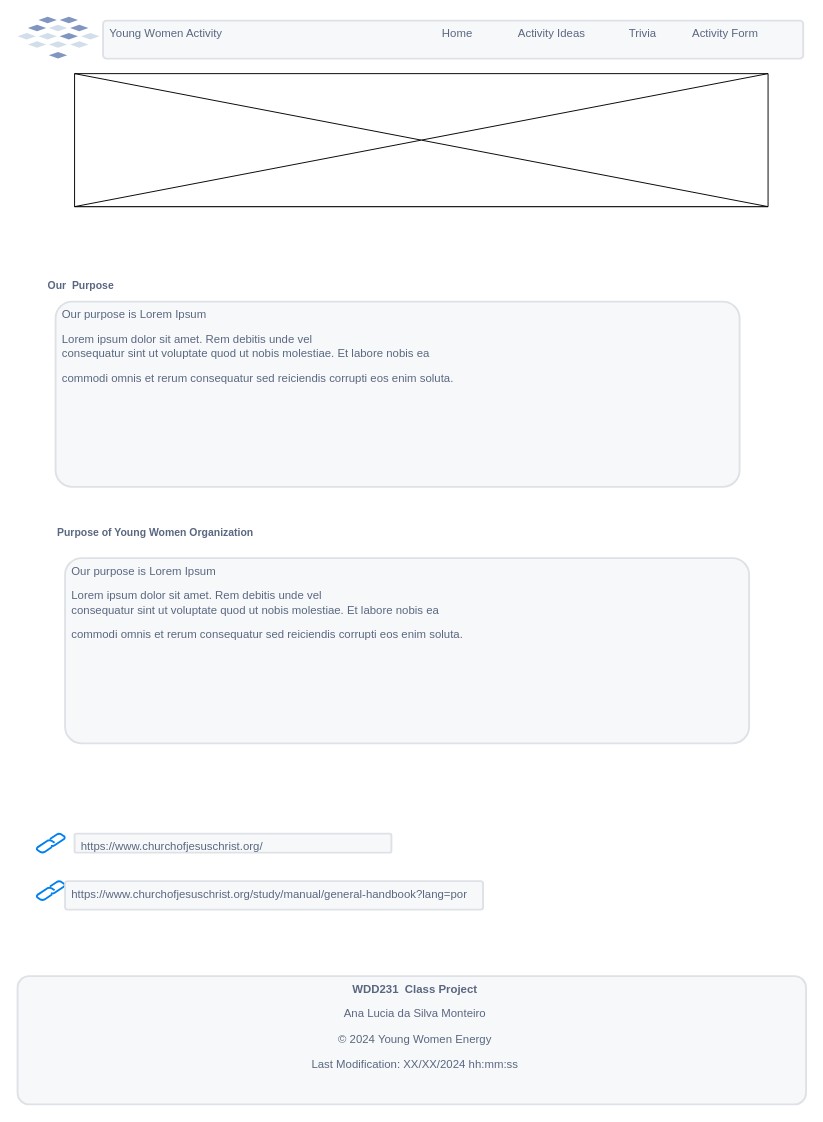
Earlier version of the draw.io diagram project/images/Diagrama sem nome.drawio (anasabinomonteiro/wdd231). Source tidied: cells renumbered, new cells numbered last; positions are measured from the earlier drawing's top-left corner, leaving out a move shared by most shapes. Both pictures are drawn from the tidied source at 95%, with x=0, y=0 at pixel (17, 16).
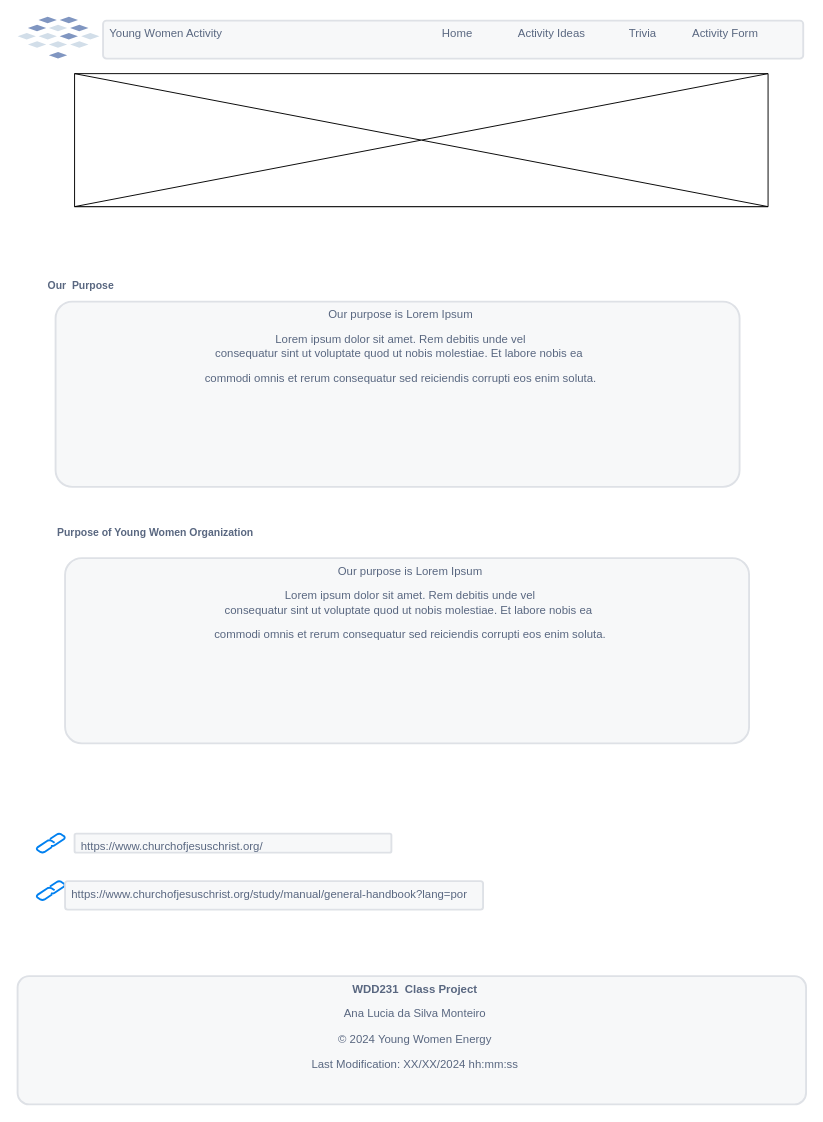
The same page after the edit.

Change to the diagram source:
```diff
@@
 <mxGraphModel>
   <root>
     <mxCell id="0" />
     <mxCell id="1" parent="0" />
     <mxCell id="2" value="Young Women Activity&amp;nbsp; &amp;nbsp;&amp;nbsp;&lt;span style=&quot;white-space: pre;&quot;&gt;&#9;&lt;/span&gt;&lt;span style=&quot;white-space: pre;&quot;&gt;&#9;&lt;/span&gt;&lt;span style=&quot;white-space: pre;&quot;&gt;&#9;&lt;/span&gt;&lt;span style=&quot;white-space: pre;&quot;&gt;&#9;&lt;/span&gt;&lt;span style=&quot;white-space: pre;&quot;&gt;&#9;&lt;/span&gt;&lt;span style=&quot;white-space: pre;&quot;&gt;&#9;&lt;span style=&quot;white-space: pre;&quot;&gt;&#9;&lt;/span&gt;&lt;span style=&quot;white-space: pre;&quot;&gt;&#9;&lt;/span&gt;&lt;/span&gt;&amp;nbsp;Home&amp;nbsp; &lt;span style=&quot;white-space: pre;&quot;&gt;&#9;&lt;/span&gt;&lt;span style=&quot;white-space: pre;&quot;&gt;&#9;&lt;/span&gt;&amp;nbsp;Activity Ideas&amp;nbsp;&lt;span style=&quot;white-space: pre;&quot;&gt;&#9;&lt;/span&gt;&lt;span style=&quot;white-space: pre;&quot;&gt;&#9;&lt;/span&gt; &amp;nbsp; &amp;nbsp;Trivia &lt;span style=&quot;white-space: pre;&quot;&gt;&#9;&lt;/span&gt;&lt;span style=&quot;white-space: pre;&quot;&gt;&#9;&lt;/span&gt;Activity&amp;nbsp;Form" style="rounded=1;arcSize=9;fillColor=#F7F8F9;align=left;spacingLeft=5;strokeColor=#DEE1E6;html=1;strokeWidth=2;fontColor=#596780;fontSize=12;verticalAlign=top;fontFamily=Helvetica;" parent="1" vertex="1">
       <mxGeometry x="90" y="4.2" width="737" height="40" as="geometry" />
     </mxCell>
     <mxCell id="3" style="dashed=0;html=1;align=center;labelPosition=center;verticalLabelPosition=bottom;verticalAlign=top;shape=mxgraph.weblogos.hatena;strokeColor=default;fontFamily=Helvetica;fontSize=12;fontColor=default;fillColor=default;" parent="1" vertex="1">
       <mxGeometry width="86.2" height="44.2" as="geometry" />
     </mxCell>
     <mxCell id="4" value="Our&amp;nbsp; Purpose" style="fillColor=none;strokeColor=none;html=1;fontSize=11;fontStyle=0;align=left;fontColor=#596780;fontStyle=1;fontSize=11;verticalAlign=top;fontFamily=Helvetica;" parent="1" vertex="1">
       <mxGeometry x="30" y="270" width="380" height="40" as="geometry" />
     </mxCell>
-    <mxCell id="5" value="Our purpose is Lorem Ipsum&lt;div&gt;&lt;p class=&quot;MsoNormal&quot;&gt;Lorem ipsum dolor sit amet. Rem debitis unde vel&lt;br&gt;consequatur sint ut voluptate quod ut nobis molestiae. Et labore nobis ea&amp;nbsp;&lt;/p&gt;&lt;p class=&quot;MsoNormal&quot;&gt;commodi omnis et rerum consequatur sed reiciendis corrupti eos enim soluta.&lt;/p&gt;&lt;/div&gt;" style="rounded=1;arcSize=9;fillColor=#F7F8F9;align=left;spacingLeft=5;strokeColor=#DEE1E6;html=1;strokeWidth=2;fontColor=#596780;fontSize=12;verticalAlign=top;fontFamily=Helvetica;" parent="1" vertex="1">
+    <mxCell id="5" value="Our purpose is Lorem Ipsum&lt;div&gt;&lt;p class=&quot;MsoNormal&quot;&gt;Lorem ipsum dolor sit amet. Rem debitis unde vel&lt;br&gt;consequatur sint ut voluptate quod ut nobis molestiae. Et labore nobis ea&amp;nbsp;&lt;/p&gt;&lt;p class=&quot;MsoNormal&quot;&gt;commodi omnis et rerum consequatur sed reiciendis corrupti eos enim soluta.&lt;/p&gt;&lt;/div&gt;" style="rounded=1;arcSize=9;fillColor=#F7F8F9;align=center;spacingLeft=5;strokeColor=#DEE1E6;html=1;strokeWidth=2;fontColor=#596780;fontSize=12;verticalAlign=top;fontFamily=Helvetica;" parent="1" vertex="1">
       <mxGeometry x="40" y="300" width="720" height="195" as="geometry" />
     </mxCell>
     <mxCell id="6" style="html=1;verticalLabelPosition=bottom;align=center;labelBackgroundColor=#ffffff;verticalAlign=top;strokeWidth=2;strokeColor=#0080F0;shadow=0;dashed=0;shape=mxgraph.ios7.icons.link;fontFamily=Helvetica;fontSize=12;fontColor=default;fillColor=default;" parent="1" vertex="1">
       <mxGeometry x="20" y="910" width="30" height="20" as="geometry" />
     </mxCell>
     <mxCell id="7" style="shape=message;html=1;html=1;labelPosition=center;verticalLabelPosition=bottom;align=center;verticalAlign=top;" parent="1" vertex="1">
       <mxGeometry x="60" y="60" width="730" height="140" as="geometry" />
     </mxCell>
     <mxCell id="8" style="verticalLabelPosition=bottom;verticalAlign=top;html=1;shape=mxgraph.basic.acute_triangle;dx=0.5;" parent="1" vertex="1">
       <mxGeometry x="60" y="130" width="730" height="70" as="geometry" />
     </mxCell>
     <mxCell id="9" value="Purpose of Young Women Organization" style="fillColor=none;strokeColor=none;html=1;fontSize=11;fontStyle=0;align=left;fontColor=#596780;fontStyle=1;fontSize=11;verticalAlign=top;fontFamily=Helvetica;" parent="1" vertex="1">
       <mxGeometry x="40" y="530" width="380" height="40" as="geometry" />
     </mxCell>
-    <mxCell id="10" value="Our purpose is Lorem Ipsum&lt;div&gt;&lt;p class=&quot;MsoNormal&quot;&gt;Lorem ipsum dolor sit amet. Rem debitis unde vel&lt;br&gt;consequatur sint ut voluptate quod ut nobis molestiae. Et labore nobis ea&amp;nbsp;&lt;/p&gt;&lt;p class=&quot;MsoNormal&quot;&gt;commodi omnis et rerum consequatur sed reiciendis corrupti eos enim soluta.&lt;/p&gt;&lt;/div&gt;" style="rounded=1;arcSize=9;fillColor=#F7F8F9;align=left;spacingLeft=5;strokeColor=#DEE1E6;html=1;strokeWidth=2;fontColor=#596780;fontSize=12;verticalAlign=top;fontFamily=Helvetica;" parent="1" vertex="1">
+    <mxCell id="10" value="Our purpose is Lorem Ipsum&lt;div&gt;&lt;p class=&quot;MsoNormal&quot;&gt;Lorem ipsum dolor sit amet. Rem debitis unde vel&lt;br&gt;consequatur sint ut voluptate quod ut nobis molestiae. Et labore nobis ea&amp;nbsp;&lt;/p&gt;&lt;p class=&quot;MsoNormal&quot;&gt;commodi omnis et rerum consequatur sed reiciendis corrupti eos enim soluta.&lt;/p&gt;&lt;/div&gt;" style="rounded=1;arcSize=9;fillColor=#F7F8F9;align=center;spacingLeft=5;strokeColor=#DEE1E6;html=1;strokeWidth=2;fontColor=#596780;fontSize=12;verticalAlign=top;fontFamily=Helvetica;" parent="1" vertex="1">
       <mxGeometry x="50" y="570" width="720" height="195" as="geometry" />
     </mxCell>
     <mxCell id="11" style="html=1;verticalLabelPosition=bottom;align=center;labelBackgroundColor=#ffffff;verticalAlign=top;strokeWidth=2;strokeColor=#0080F0;shadow=0;dashed=0;shape=mxgraph.ios7.icons.link;fontFamily=Helvetica;fontSize=12;fontColor=default;fillColor=default;" parent="1" vertex="1">
       <mxGeometry x="20" y="860" width="30" height="20" as="geometry" />
     </mxCell>
     <mxCell id="12" value="https://www.churchofjesuschrist.org/" style="rounded=1;arcSize=9;fillColor=#F7F8F9;align=left;spacingLeft=5;strokeColor=#DEE1E6;html=1;strokeWidth=2;fontColor=#596780;fontSize=12;verticalAlign=top;fontFamily=Helvetica;" parent="1" vertex="1">
       <mxGeometry x="60" y="860" width="333.5" height="20" as="geometry" />
     </mxCell>
     <mxCell id="13" value="https://www.churchofjesuschrist.org/study/manual/general-handbook?lang=por" style="rounded=1;arcSize=9;fillColor=#F7F8F9;align=left;spacingLeft=5;strokeColor=#DEE1E6;html=1;strokeWidth=2;fontColor=#596780;fontSize=12;verticalAlign=top;fontFamily=Helvetica;" parent="1" vertex="1">
       <mxGeometry x="50" y="910" width="440" height="30" as="geometry" />
     </mxCell>
     <mxCell id="14" value="&lt;b style=&quot;background-color: initial;&quot;&gt;&lt;span lang=&quot;PT-BR&quot;&gt;WDD231&amp;nbsp; Class Project&lt;/span&gt;&lt;/b&gt;&lt;div&gt;&lt;p class=&quot;MsoNormal&quot;&gt;&lt;span lang=&quot;PT-BR&quot;&gt;Ana Lucia da Silva Monteiro&lt;/span&gt;&lt;/p&gt;&lt;p class=&quot;MsoNormal&quot;&gt;&lt;span style=&quot;background-color: initial;&quot;&gt;©&amp;nbsp;2024 Young Women&amp;nbsp;&lt;/span&gt;&lt;span style=&quot;background-color: initial;&quot;&gt;Energy&lt;/span&gt;&lt;/p&gt;&lt;p class=&quot;MsoNormal&quot;&gt;&lt;span style=&quot;background-color: initial;&quot;&gt;Last Modification: XX/XX/2024 hh:mm:ss&lt;/span&gt;&lt;/p&gt;&lt;/div&gt;" style="rounded=1;arcSize=9;fillColor=#F7F8F9;align=center;spacingLeft=5;strokeColor=#DEE1E6;html=1;strokeWidth=2;fontColor=#596780;fontSize=12;verticalAlign=top;fontFamily=Helvetica;" parent="1" vertex="1">
       <mxGeometry y="1010" width="830" height="135" as="geometry" />
     </mxCell>
   </root>
 </mxGraphModel>
```
